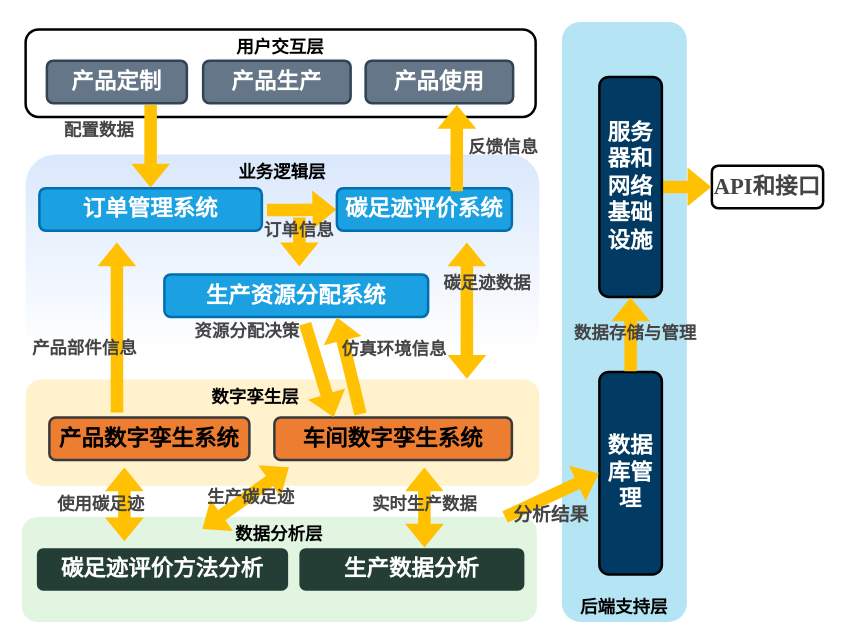
Earlier version of the draw.io diagram BB架构图.drawio (LFNing/General). Source tidied: cells renumbered, new cells numbered last; positions are measured from the earlier drawing's top-left corner, leaving out a move shared by most shapes. Both pictures are drawn from the tidied source at 125%, with x=0, y=0 at pixel (21, 21).
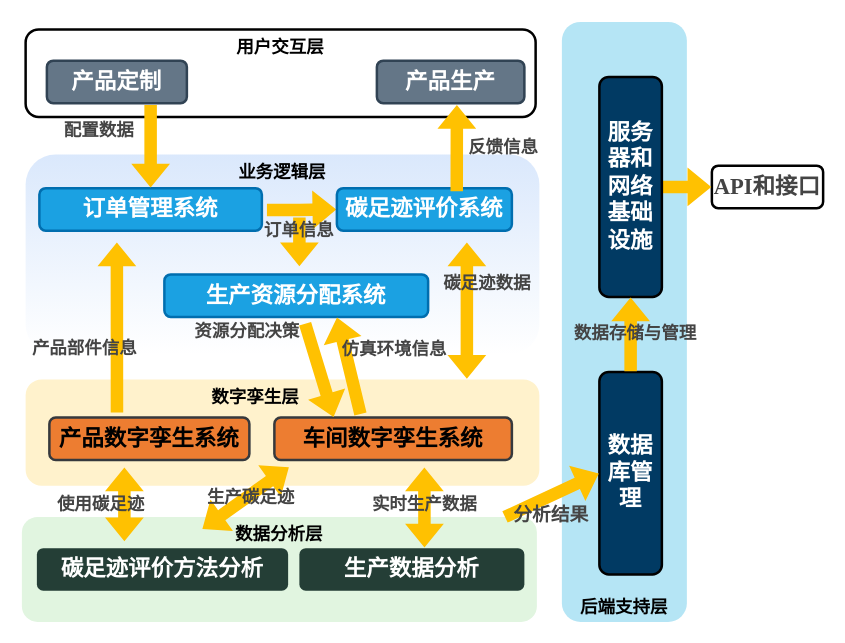
The same page after the edit.

Commit message:
更新BB架构图.drawio

What changed in the source:
```diff
@@
-    <mxCell id="33" value="产品使用" style="whiteSpace=wrap;strokeWidth=2;fontFamily=Times New Roman;fontSize=18;fontColor=#ffffff;rounded=1;fillColor=#647687;strokeColor=#314354;fontStyle=1;" parent="1" vertex="1">
-      <mxGeometry x="275" y="31" width="118" height="34" as="geometry" />
-    </mxCell>
@@
     <mxCell id="40" value="产品生产" style="whiteSpace=wrap;strokeWidth=2;fontFamily=Times New Roman;fontSize=18;fontColor=#ffffff;rounded=1;fillColor=#647687;strokeColor=#314354;fontStyle=1;" parent="1" vertex="1">
-      <mxGeometry x="145" y="31" width="118" height="34" as="geometry" />
+      <mxGeometry x="284" y="31" width="118" height="34" as="geometry" />
     </mxCell>
```
